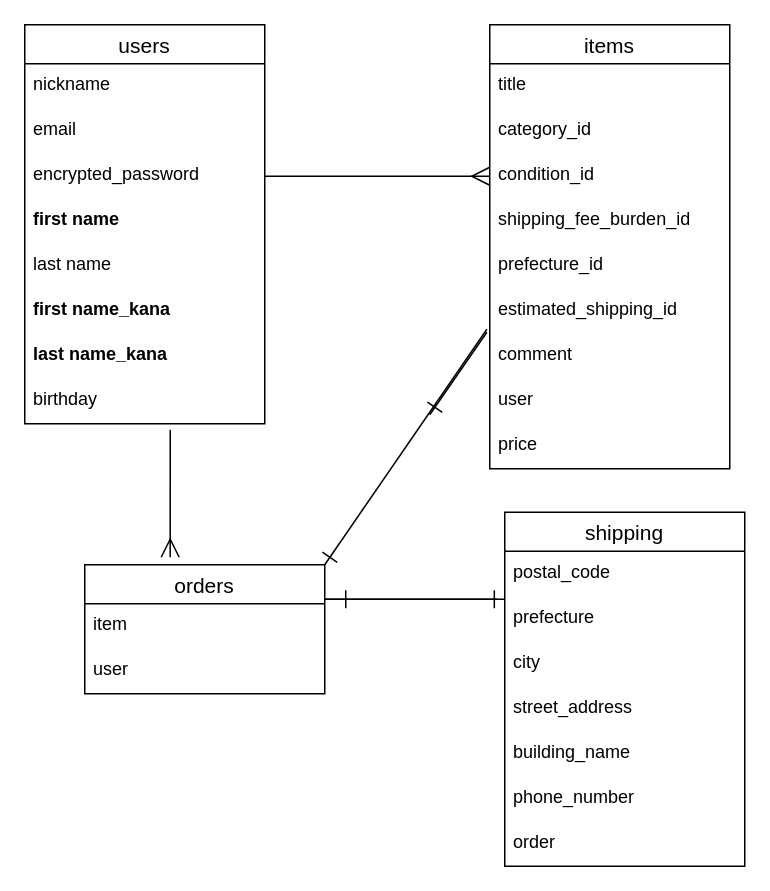
jodyyang007/furima-39373 keeps this draw.io diagram as database.dio. Above is the earlier version. Source tidied: cells renumbered, new cells numbered last; positions are measured from the earlier drawing's top-left corner, leaving out a move shared by most shapes. Both pictures are drawn from the tidied source at 150%, with x=0, y=0 at pixel (24, 24).
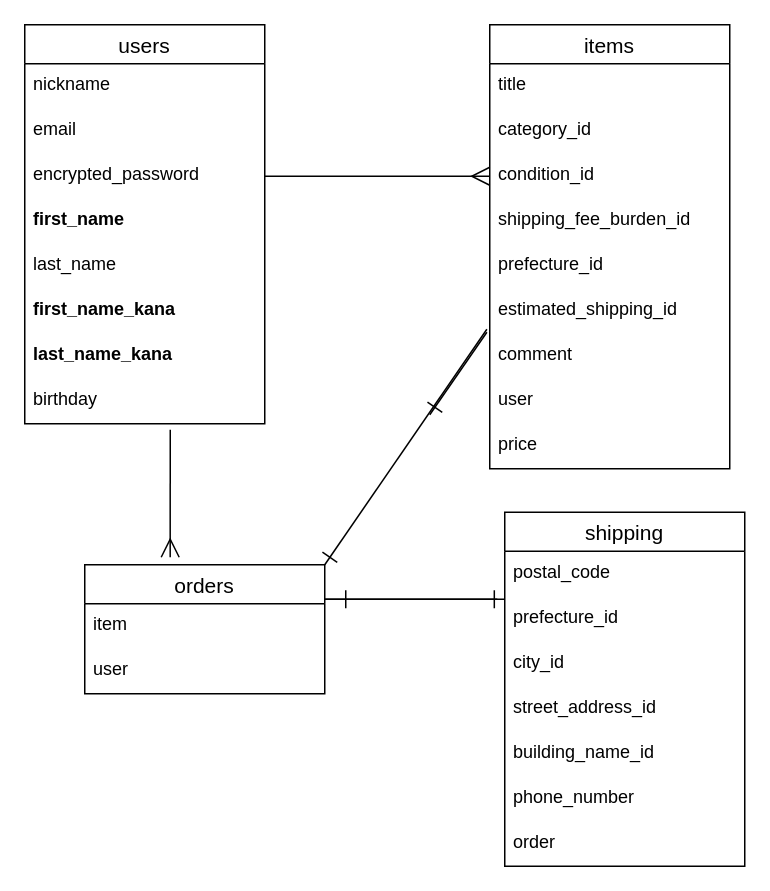
The same page after the edit.

Commit message (it also covers changes not shown here):
データベース修正6

https://gyazo.com/0ae4ae9fcf752218b551afe0eb16af92

The change refers to these unchanged cells:
```xml
<mxCell id="2" value="users" style="swimlane;fontStyle=0;horizontal=1;startSize=26;align=center;fontSize=14;" parent="1" vertex="1">
  <mxGeometry width="160" height="266" as="geometry" />
</mxCell>
<mxCell id="25" value="shipping" style="swimlane;fontStyle=0;horizontal=1;startSize=26;align=center;fontSize=14;" parent="1" vertex="1">
  <mxGeometry x="320" y="325" width="160" height="236" as="geometry" />
</mxCell>
```

What changed in the source:
```diff
@@
-    <mxCell id="6" value="first name" style="text;strokeColor=none;fillColor=none;spacingLeft=4;spacingRight=4;overflow=hidden;fontSize=12;fontStyle=1;" parent="2" vertex="1">
+    <mxCell id="6" value="first_name" style="text;strokeColor=none;fillColor=none;spacingLeft=4;spacingRight=4;overflow=hidden;fontSize=12;fontStyle=1;" parent="2" vertex="1">
       <mxGeometry y="116" width="160" height="30" as="geometry" />
     </mxCell>
-    <mxCell id="7" value="last name " style="text;strokeColor=none;fillColor=none;spacingLeft=4;spacingRight=4;overflow=hidden;fontSize=12;fontStyle=0;" parent="2" vertex="1">
+    <mxCell id="7" value="last_name " style="text;strokeColor=none;fillColor=none;spacingLeft=4;spacingRight=4;overflow=hidden;fontSize=12;fontStyle=0;" parent="2" vertex="1">
       <mxGeometry y="146" width="160" height="30" as="geometry" />
     </mxCell>
-    <mxCell id="8" value="first name_kana" style="text;strokeColor=none;fillColor=none;spacingLeft=4;spacingRight=4;overflow=hidden;fontSize=12;fontStyle=1;" parent="2" vertex="1">
+    <mxCell id="8" value="first_name_kana" style="text;strokeColor=none;fillColor=none;spacingLeft=4;spacingRight=4;overflow=hidden;fontSize=12;fontStyle=1;" parent="2" vertex="1">
       <mxGeometry y="176" width="160" height="30" as="geometry" />
     </mxCell>
-    <mxCell id="9" value="last name_kana" style="text;strokeColor=none;fillColor=none;spacingLeft=4;spacingRight=4;overflow=hidden;fontSize=12;fontStyle=1;" parent="2" vertex="1">
+    <mxCell id="9" value="last_name_kana" style="text;strokeColor=none;fillColor=none;spacingLeft=4;spacingRight=4;overflow=hidden;fontSize=12;fontStyle=1;" parent="2" vertex="1">
       <mxGeometry y="206" width="160" height="30" as="geometry" />
     </mxCell>
@@
-    <mxCell id="27" value="prefecture" style="text;strokeColor=none;fillColor=none;spacingLeft=4;spacingRight=4;overflow=hidden;points=[[0,0.5],[1,0.5]];portConstraint=eastwest;fontSize=12;" parent="25" vertex="1">
+    <mxCell id="27" value="prefecture_id" style="text;strokeColor=none;fillColor=none;spacingLeft=4;spacingRight=4;overflow=hidden;points=[[0,0.5],[1,0.5]];portConstraint=eastwest;fontSize=12;" parent="25" vertex="1">
       <mxGeometry y="56" width="160" height="30" as="geometry" />
     </mxCell>
-    <mxCell id="28" value="city" style="text;strokeColor=none;fillColor=none;spacingLeft=4;spacingRight=4;overflow=hidden;fontSize=12;" parent="25" vertex="1">
+    <mxCell id="28" value="city_id " style="text;strokeColor=none;fillColor=none;spacingLeft=4;spacingRight=4;overflow=hidden;fontSize=12;" parent="25" vertex="1">
       <mxGeometry y="86" width="160" height="30" as="geometry" />
     </mxCell>
-    <mxCell id="29" value="street_address" style="text;strokeColor=none;fillColor=none;spacingLeft=4;spacingRight=4;overflow=hidden;fontSize=12;" parent="25" vertex="1">
+    <mxCell id="29" value="street_address_id " style="text;strokeColor=none;fillColor=none;spacingLeft=4;spacingRight=4;overflow=hidden;fontSize=12;" parent="25" vertex="1">
       <mxGeometry y="116" width="160" height="30" as="geometry" />
     </mxCell>
-    <mxCell id="30" value="building_name" style="text;strokeColor=none;fillColor=none;spacingLeft=4;spacingRight=4;overflow=hidden;fontSize=12;" parent="25" vertex="1">
+    <mxCell id="30" value="building_name_id " style="text;strokeColor=none;fillColor=none;spacingLeft=4;spacingRight=4;overflow=hidden;fontSize=12;" parent="25" vertex="1">
       <mxGeometry y="146" width="160" height="30" as="geometry" />
     </mxCell>
```
